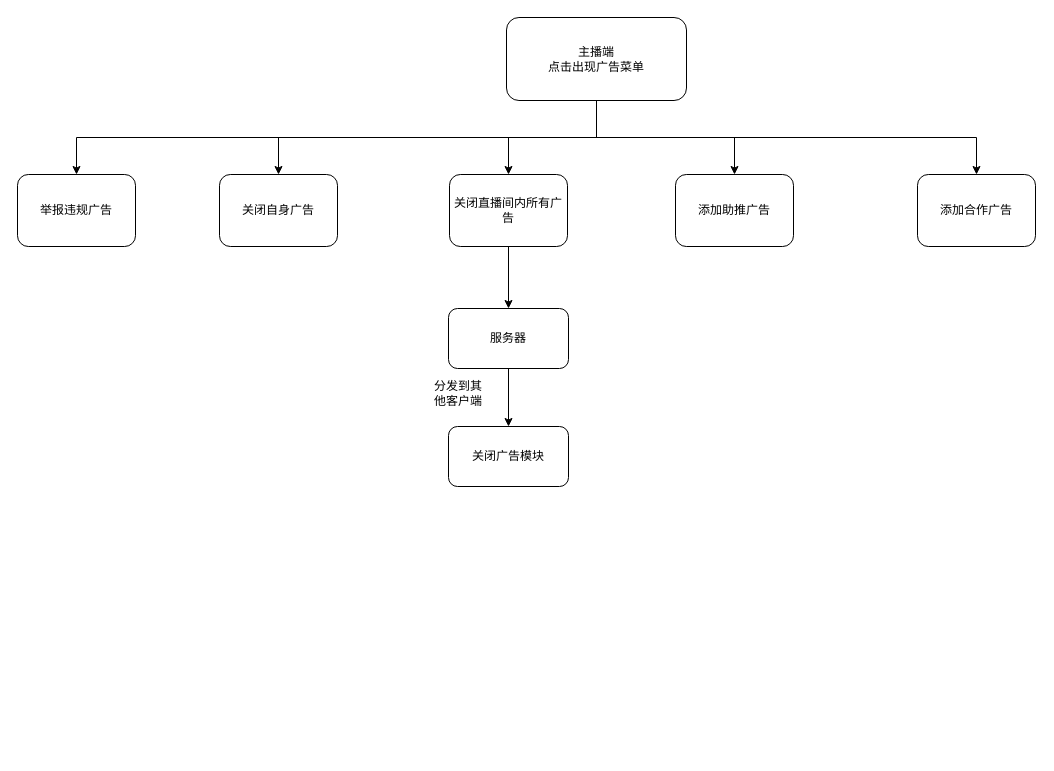
Earlier version of the draw.io diagram page "Page-7" (7 of 9) of 第三方广告.drawio (cangwang/news). Source tidied: cells renumbered, new cells numbered last; positions are measured from the earlier drawing's top-left corner, leaving out a move shared by most shapes. Both pictures are drawn from the tidied source at 100%, with x=0, y=0 at pixel (17, 17).
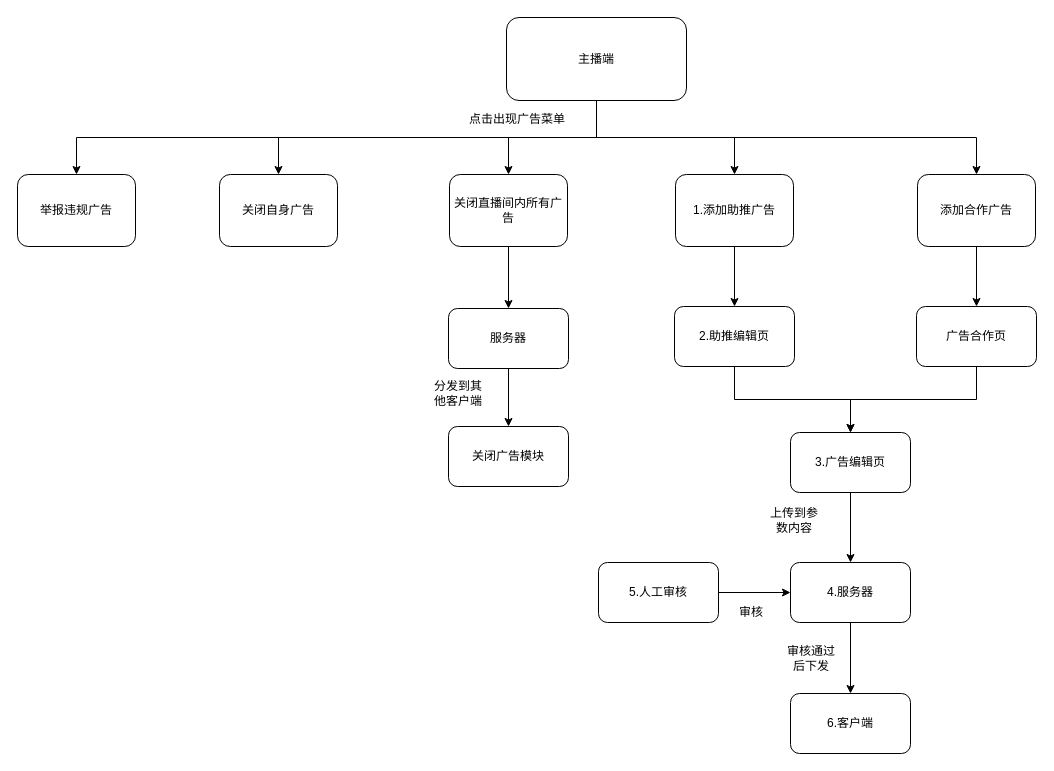
The same diagram, later.

Commit message:
Update 第三方广告.drawio

The change refers to these unchanged cells:
```xml
<mxCell id="12" value="添加合作广告" style="rounded=1;whiteSpace=wrap;html=1;" parent="1" vertex="1">
  <mxGeometry x="900" y="157" width="118" height="72" as="geometry" />
</mxCell>
```

Diff of the diagram source:
```diff
@@
-    <mxCell id="7" value="主播端&lt;br&gt;点击出现广告菜单" style="rounded=1;whiteSpace=wrap;html=1;" parent="1" vertex="1">
+    <mxCell id="7" value="主播端&lt;br&gt;" style="rounded=1;whiteSpace=wrap;html=1;" parent="1" vertex="1">
       <mxGeometry x="489" width="180" height="83" as="geometry" />
     </mxCell>
@@
+    <mxCell id="18" style="edgeStyle=orthogonalEdgeStyle;rounded=0;jettySize=auto;html=1;exitX=0.5;exitY=1;exitDx=0;exitDy=0;" parent="1" edge="1" source="11" target="21">
+      <mxGeometry relative="1" as="geometry" />
+    </mxCell>
-    <mxCell id="11" value="添加助推广告" style="rounded=1;whiteSpace=wrap;html=1;" parent="1" vertex="1">
+    <mxCell id="11" value="1.添加助推广告" style="rounded=1;whiteSpace=wrap;html=1;" parent="1" vertex="1">
       <mxGeometry x="658" y="157" width="118" height="72" as="geometry" />
     </mxCell>
+    <mxCell id="19" style="edgeStyle=orthogonalEdgeStyle;rounded=0;jettySize=auto;html=1;exitX=0.5;exitY=1;exitDx=0;exitDy=0;" parent="1" edge="1" source="12" target="30">
+      <mxGeometry relative="1" as="geometry" />
+    </mxCell>
@@
+    <mxCell id="20" style="edgeStyle=orthogonalEdgeStyle;rounded=0;jettySize=auto;html=1;exitX=0.5;exitY=1;exitDx=0;exitDy=0;" parent="1" edge="1" source="21" target="23">
+      <mxGeometry relative="1" as="geometry" />
+    </mxCell>
+    <mxCell id="21" value="2.助推编辑页" style="rounded=1;whiteSpace=wrap;html=1;" parent="1" vertex="1">
+      <mxGeometry x="657" y="289" width="120" height="60" as="geometry" />
+    </mxCell>
+    <mxCell id="22" style="edgeStyle=orthogonalEdgeStyle;rounded=0;jettySize=auto;html=1;exitX=0.5;exitY=1;exitDx=0;exitDy=0;" parent="1" edge="1" source="23" target="25">
+      <mxGeometry relative="1" as="geometry" />
+    </mxCell>
+    <mxCell id="23" value="3.广告编辑页" style="rounded=1;whiteSpace=wrap;html=1;" parent="1" vertex="1">
+      <mxGeometry x="773" y="415" width="120" height="60" as="geometry" />
+    </mxCell>
+    <mxCell id="24" style="edgeStyle=orthogonalEdgeStyle;rounded=0;jettySize=auto;html=1;exitX=0.5;exitY=1;exitDx=0;exitDy=0;" parent="1" edge="1" source="25" target="28">
+      <mxGeometry relative="1" as="geometry" />
+    </mxCell>
+    <mxCell id="25" value="4.服务器" style="rounded=1;whiteSpace=wrap;html=1;" parent="1" vertex="1">
+      <mxGeometry x="773" y="545" width="120" height="60" as="geometry" />
+    </mxCell>
+    <mxCell id="26" style="edgeStyle=orthogonalEdgeStyle;rounded=0;jettySize=auto;html=1;exitX=1;exitY=0.5;exitDx=0;exitDy=0;entryX=0;entryY=0.5;entryDx=0;entryDy=0;" parent="1" edge="1" source="27" target="25">
+      <mxGeometry relative="1" as="geometry" />
+    </mxCell>
+    <mxCell id="27" value="5.人工审核" style="rounded=1;whiteSpace=wrap;html=1;" parent="1" vertex="1">
+      <mxGeometry x="581" y="545" width="120" height="60" as="geometry" />
+    </mxCell>
+    <mxCell id="28" value="6.客户端" style="rounded=1;whiteSpace=wrap;html=1;" parent="1" vertex="1">
+      <mxGeometry x="773" y="676" width="120" height="60" as="geometry" />
+    </mxCell>
+    <mxCell id="29" style="edgeStyle=orthogonalEdgeStyle;rounded=0;jettySize=auto;html=1;exitX=0.5;exitY=1;exitDx=0;exitDy=0;entryX=0.5;entryY=0;entryDx=0;entryDy=0;" parent="1" edge="1" source="30" target="23">
+      <mxGeometry relative="1" as="geometry" />
+    </mxCell>
+    <mxCell id="30" value="广告合作页" style="rounded=1;whiteSpace=wrap;html=1;" parent="1" vertex="1">
+      <mxGeometry x="899" y="289" width="120" height="60" as="geometry" />
+    </mxCell>
+    <mxCell id="31" value="审核" style="text;html=1;strokeColor=none;fillColor=none;align=center;verticalAlign=middle;whiteSpace=wrap;rounded=0;" parent="1" vertex="1">
+      <mxGeometry x="704" y="580" width="60" height="30" as="geometry" />
+    </mxCell>
+    <mxCell id="32" value="审核通过后下发" style="text;html=1;strokeColor=none;fillColor=none;align=center;verticalAlign=middle;whiteSpace=wrap;rounded=0;" parent="1" vertex="1">
+      <mxGeometry x="764" y="626" width="60" height="30" as="geometry" />
+    </mxCell>
+    <mxCell id="33" value="上传到参数内容" style="text;html=1;strokeColor=none;fillColor=none;align=center;verticalAlign=middle;whiteSpace=wrap;rounded=0;" parent="1" vertex="1">
+      <mxGeometry x="747" y="488" width="60" height="30" as="geometry" />
+    </mxCell>
+    <mxCell id="34" value="&lt;span style=&quot;color: rgb(0, 0, 0); font-family: helvetica; font-size: 12px; font-style: normal; font-weight: 400; letter-spacing: normal; text-align: center; text-indent: 0px; text-transform: none; word-spacing: 0px; background-color: rgb(255, 255, 255); display: inline; float: none;&quot;&gt;点击出现广告菜单&lt;/span&gt;" style="text;whiteSpace=wrap;html=1;" parent="1" vertex="1">
+      <mxGeometry x="450" y="88" width="116" height="28" as="geometry" />
+    </mxCell>
```
